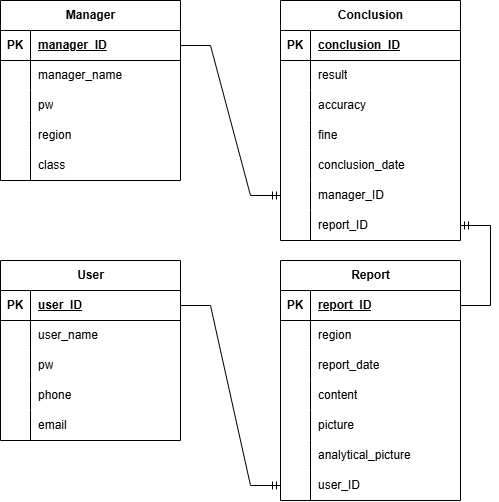
The draw.io diagram Kyonggi Traffic Solution.drawio.png in ParkerQH/Kyonggi-Traffic-Solution_Web, before a commit. Source tidied: cells renumbered, new cells last; positions are measured from the earlier drawing's top-left corner, leaving out a move shared by most shapes.
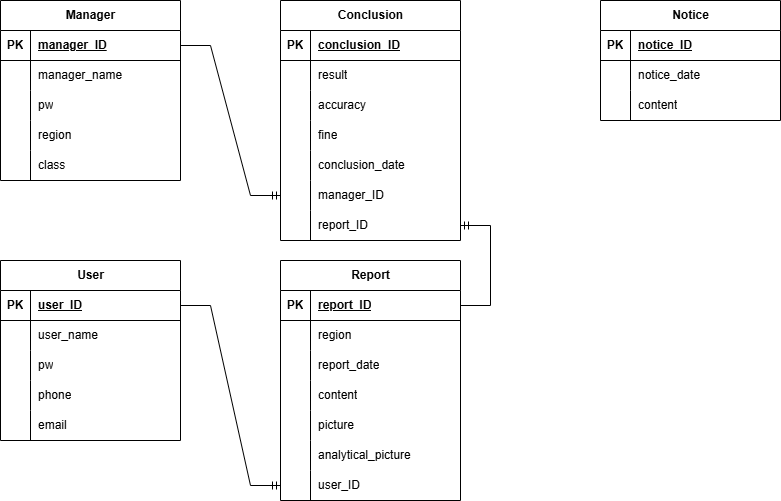
The same file after the commit.

Diff of the diagram source:
```diff
@@ -239,5 +239,35 @@
     <mxCell id="80" style="edgeStyle=entityRelationEdgeStyle;fontSize=12;html=1;endArrow=ERmandOne;rounded=0;" parent="1" edge="1" source="35" target="76">
       <mxGeometry relative="1" as="geometry" />
     </mxCell>
+    <mxCell id="81" value="Notice" style="shape=table;startSize=30;rowLines=0;fontStyle=1;align=center;html=1;" parent="1" vertex="1">
+      <mxGeometry x="600" width="180" height="120" as="geometry" />
+    </mxCell>
+    <mxCell id="82" style="shape=tableRow;horizontal=0;startSize=0;swimlaneHead=0;swimlaneBody=0;fillColor=none;top=0;left=0;right=0;bottom=1;" parent="81" vertex="1">
+      <mxGeometry y="30" width="180" height="30" as="geometry" />
+    </mxCell>
+    <mxCell id="83" value="PK" style="shape=partialRectangle;fillColor=none;top=0;left=0;bottom=0;right=0;fontStyle=1;overflow=hidden;whiteSpace=wrap;html=1;" parent="82" vertex="1">
+      <mxGeometry width="30" height="30" as="geometry" />
+    </mxCell>
+    <mxCell id="84" value="notice_ID" style="shape=partialRectangle;fillColor=none;top=0;left=0;bottom=0;right=0;align=left;spacingLeft=6;fontStyle=5;overflow=hidden;whiteSpace=wrap;html=1;" parent="82" vertex="1">
+      <mxGeometry x="30" width="150" height="30" as="geometry" />
+    </mxCell>
+    <mxCell id="85" style="shape=tableRow;horizontal=0;startSize=0;swimlaneHead=0;swimlaneBody=0;fillColor=none;top=0;left=0;right=0;bottom=0;" parent="81" vertex="1">
+      <mxGeometry y="60" width="180" height="30" as="geometry" />
+    </mxCell>
+    <mxCell id="86" style="shape=partialRectangle;fillColor=none;top=0;left=0;bottom=0;right=0;overflow=hidden;whiteSpace=wrap;html=1;" parent="85" vertex="1">
+      <mxGeometry width="30" height="30" as="geometry" />
+    </mxCell>
+    <mxCell id="87" value="notice_date" style="shape=partialRectangle;fillColor=none;top=0;left=0;bottom=0;right=0;align=left;spacingLeft=6;overflow=hidden;whiteSpace=wrap;html=1;" parent="85" vertex="1">
+      <mxGeometry x="30" width="150" height="30" as="geometry" />
+    </mxCell>
+    <mxCell id="88" style="shape=tableRow;horizontal=0;startSize=0;swimlaneHead=0;swimlaneBody=0;fillColor=none;top=0;left=0;right=0;bottom=0;" parent="81" vertex="1">
+      <mxGeometry y="90" width="180" height="30" as="geometry" />
+    </mxCell>
+    <mxCell id="89" style="shape=partialRectangle;fillColor=none;top=0;left=0;bottom=0;right=0;overflow=hidden;whiteSpace=wrap;html=1;" parent="88" vertex="1">
+      <mxGeometry width="30" height="30" as="geometry" />
+    </mxCell>
+    <mxCell id="90" value="content" style="shape=partialRectangle;fillColor=none;top=0;left=0;bottom=0;right=0;align=left;spacingLeft=6;overflow=hidden;whiteSpace=wrap;html=1;" parent="88" vertex="1">
+      <mxGeometry x="30" width="150" height="30" as="geometry" />
+    </mxCell>
   </root>
 </mxGraphModel>
```
